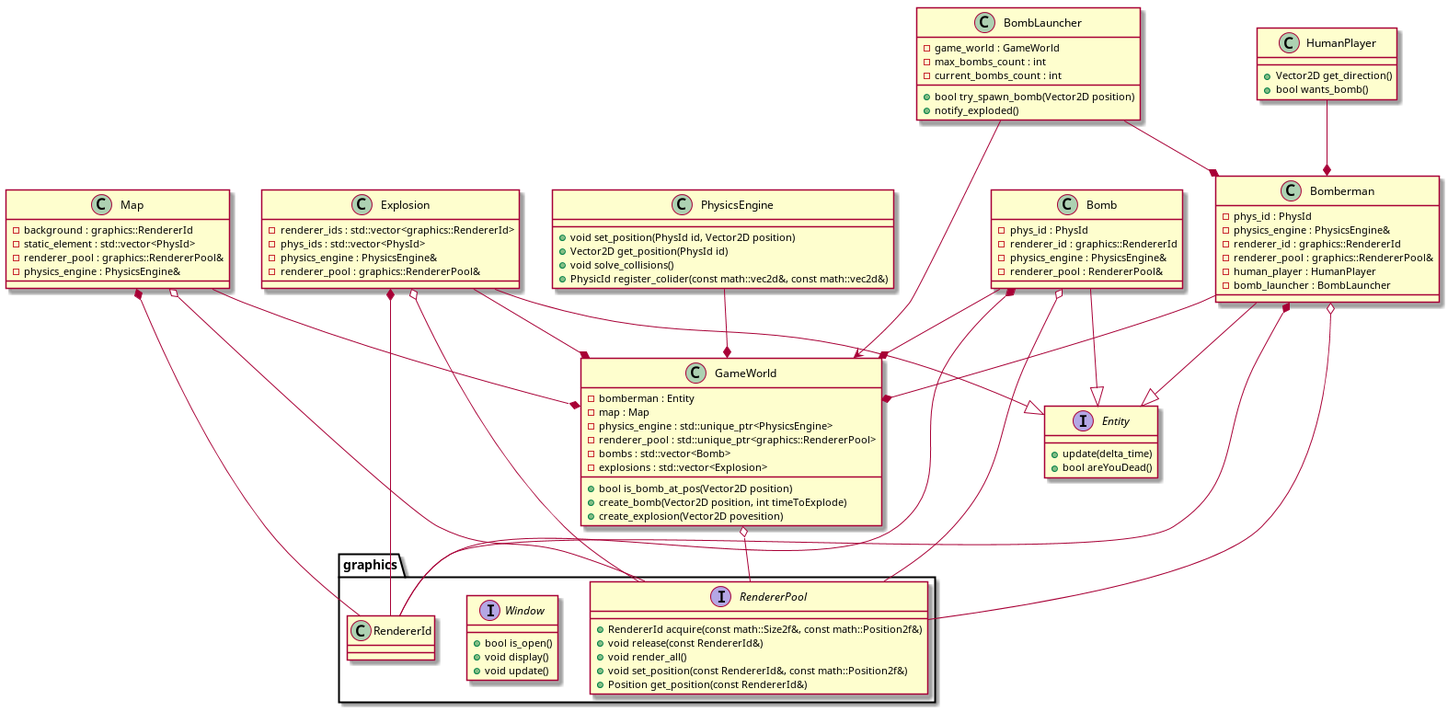
Earlier version of the PlantUML export docs/img/class_diagram.png (NadzwyczajnaGrupaRobocza/bomberman).
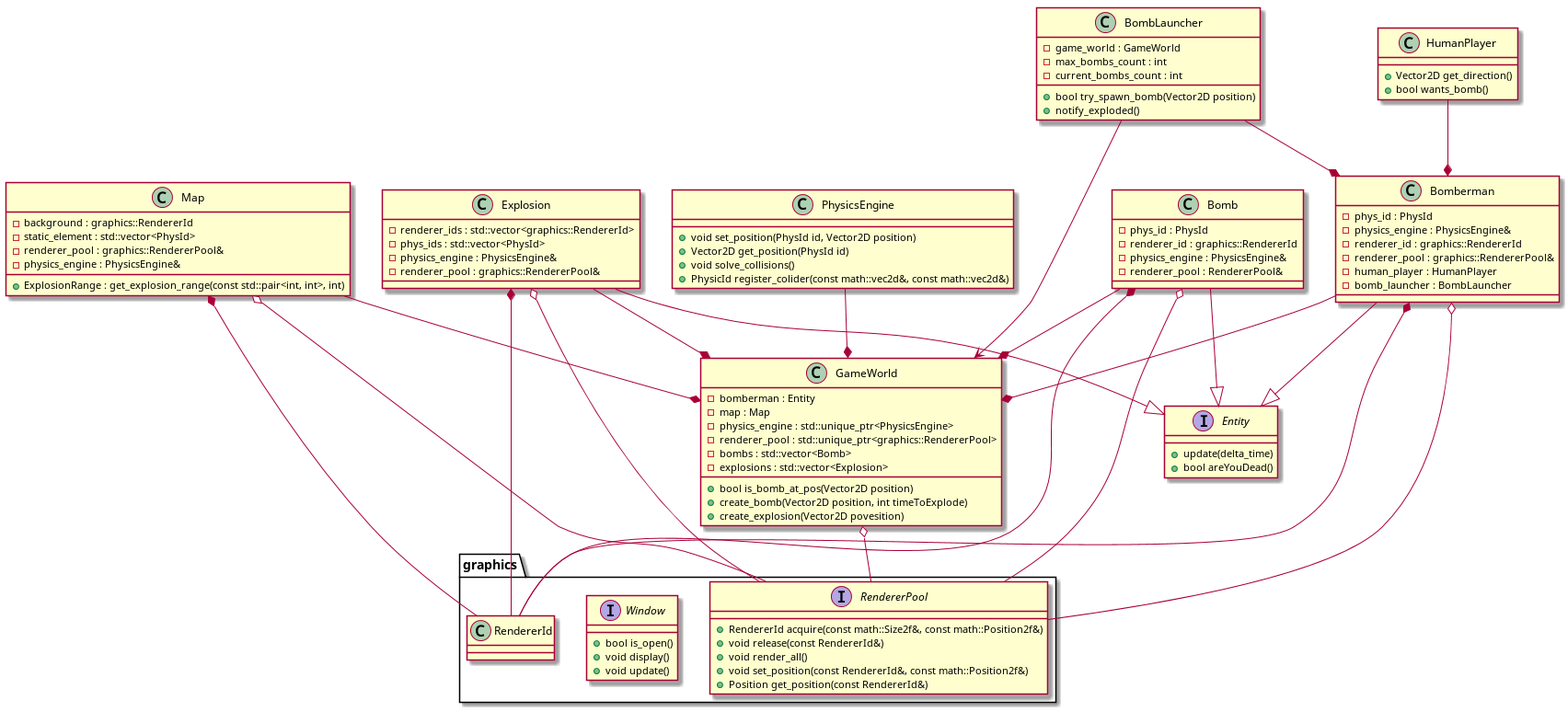
After the commit.

Diff of the diagram source:
```diff
@@ -63,6 +63,7 @@
 - static_element : std::vector<PhysId>
 - renderer_pool : graphics::RendererPool&
 - physics_engine : PhysicsEngine&
++ ExplosionRange : get_explosion_range(const std::pair<int, int>, int)
 }
 Map o-- graphics.RendererPool
 Map *-- graphics.RendererId
```
